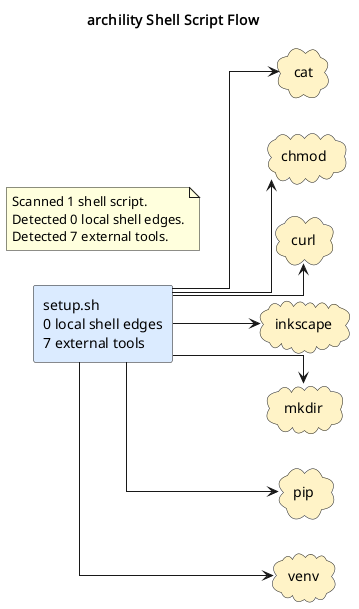
The PlantUML diagram docs/diagrams/shell-call-graph.puml.png in casonk/archility, before a commit.
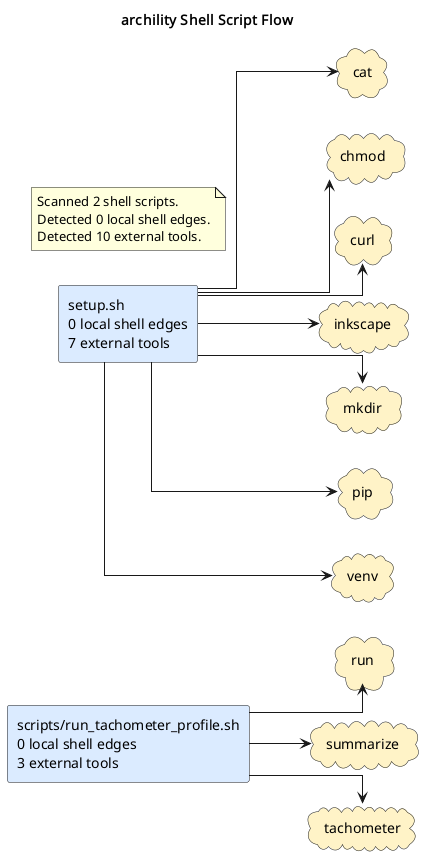
The same file after the commit.

The edit, as a diff of the source:
```diff
@@ -5,6 +5,7 @@
 skinparam defaultFontName Monospace
 skinparam componentStyle rectangle
 skinparam linetype ortho
+rectangle "scripts/run_tachometer_profile.sh\n0 local shell edges\n3 external tools" as shell_scripts_run_tachometer_profile_sh #DBEAFE
 rectangle "setup.sh\n0 local shell edges\n7 external tools" as shell_setup_sh #DBEAFE
 cloud "cat" as tool_cat #FEF3C7
 cloud "chmod" as tool_chmod #FEF3C7
@@ -12,7 +13,13 @@
 cloud "inkscape" as tool_inkscape #FEF3C7
 cloud "mkdir" as tool_mkdir #FEF3C7
 cloud "pip" as tool_pip #FEF3C7
+cloud "run" as tool_run #FEF3C7
+cloud "summarize" as tool_summarize #FEF3C7
+cloud "tachometer" as tool_tachometer #FEF3C7
 cloud "venv" as tool_venv #FEF3C7
+shell_scripts_run_tachometer_profile_sh --> tool_run
+shell_scripts_run_tachometer_profile_sh --> tool_summarize
+shell_scripts_run_tachometer_profile_sh --> tool_tachometer
 shell_setup_sh --> tool_cat
 shell_setup_sh --> tool_chmod
 shell_setup_sh --> tool_curl
@@ -21,8 +28,8 @@
 shell_setup_sh --> tool_pip
 shell_setup_sh --> tool_venv
 note as shellGraphSummary
-Scanned 1 shell script.
+Scanned 2 shell scripts.
 Detected 0 local shell edges.
-Detected 7 external tools.
+Detected 10 external tools.
 end note
 @enduml
```
